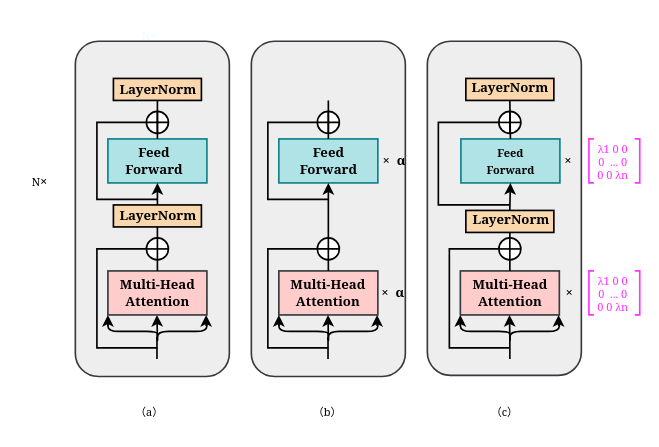
Before: page "DMSA" (2 of 4) of mypaper_model.drawio in 628014/628014.github.io, a draw.io diagram. Source tidied: cells renumbered, new cells numbered last; positions are measured from the earlier drawing's top-left corner, leaving out a move shared by most shapes. Both pictures are drawn from the tidied source at 110%, with x=0, y=0 at pixel (19, 19).
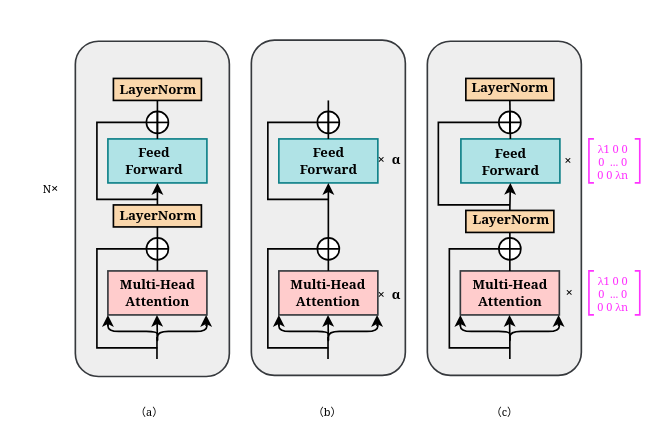
Above is the later version.

The edit, as a diff of the source:
```diff
@@
     <mxCell id="3" style="rounded=1;whiteSpace=wrap;html=1;fontFamily=Georgia;fontSize=10;strokeWidth=1.5;fillColor=#eeeeee;strokeColor=#36393d;fontStyle=1;" parent="1" vertex="1">
-      <mxGeometry x="211" y="20" width="140" height="304.8" as="geometry" />
+      <mxGeometry x="211" y="19" width="140" height="304.8" as="geometry" />
     </mxCell>
@@
     <mxCell id="44" value="&lt;i&gt;×&lt;/i&gt;&amp;nbsp;&amp;nbsp;α" style="text;html=1;strokeColor=none;fillColor=none;align=center;verticalAlign=middle;whiteSpace=wrap;rounded=0;fontFamily=Georgia;strokeWidth=1.5;fontStyle=1;" parent="1" vertex="1">
-      <mxGeometry x="340" y="114.2" width="0.7" height="30" as="geometry" />
+      <mxGeometry x="326" y="115.4" width="21.4" height="24.6" as="geometry" />
     </mxCell>
@@
-    <mxCell id="64" value="&lt;font style=&quot;font-size: 10px&quot;&gt;Feed Forward&lt;/font&gt;" style="text;html=1;strokeColor=none;fillColor=none;align=center;verticalAlign=middle;whiteSpace=wrap;rounded=0;fontFamily=Georgia;strokeWidth=1.5;fontStyle=1;" parent="1" vertex="1">
-      <mxGeometry x="421.5" y="119.2" width="50" height="20" as="geometry" />
+    <mxCell id="64" value="Feed Forward" style="text;html=1;strokeColor=none;fillColor=none;align=center;verticalAlign=middle;whiteSpace=wrap;rounded=0;fontFamily=Georgia;strokeWidth=1.5;fontStyle=1;" parent="1" vertex="1">
+      <mxGeometry x="421.5" y="119.2" width="50" height="20.8" as="geometry" />
     </mxCell>
@@
     <mxCell id="72" value="N&lt;i style=&quot;font-size: 12px ; font-weight: 700&quot;&gt;×&lt;/i&gt;" style="text;html=1;strokeColor=none;fillColor=none;align=center;verticalAlign=middle;whiteSpace=wrap;rounded=0;fontFamily=Georgia;fontSize=10;fontColor=#000000;" parent="1" vertex="1">
-      <mxGeometry y="133.1" width="38" height="30" as="geometry" />
+      <mxGeometry x="10" y="138.8" width="38" height="30" as="geometry" />
     </mxCell>
-    <mxCell id="73" value="&lt;i&gt;×&lt;/i&gt;&amp;nbsp;&amp;nbsp;α" style="text;html=1;strokeColor=none;fillColor=none;align=center;verticalAlign=middle;whiteSpace=wrap;rounded=0;fontFamily=Georgia;strokeWidth=1.5;fontStyle=1;" parent="1" vertex="1">
-      <mxGeometry x="339.3" y="233.8" width="0.7" height="30" as="geometry" />
-    </mxCell>
@@
-    <mxCell id="81" value="&lt;font color=&quot;#f2f9ff&quot;&gt;N&lt;i style=&quot;font-size: 12px ; font-weight: 700&quot;&gt;×&lt;/i&gt;&lt;/font&gt;" style="text;html=1;strokeColor=none;fillColor=none;align=center;verticalAlign=middle;whiteSpace=wrap;rounded=0;fontFamily=Georgia;fontSize=10;fontColor=#000000;" parent="1" vertex="1">
-      <mxGeometry x="99.9" width="38" height="30" as="geometry" />
-    </mxCell>
+    <mxCell id="73" value="&lt;i&gt;×&lt;/i&gt;&amp;nbsp;&amp;nbsp;α" style="text;html=1;strokeColor=none;fillColor=none;align=center;verticalAlign=middle;whiteSpace=wrap;rounded=0;fontFamily=Georgia;strokeWidth=1.5;fontStyle=1;" parent="1" vertex="1">
+      <mxGeometry x="326" y="238.8" width="21.4" height="24.6" as="geometry" />
+    </mxCell>
```
